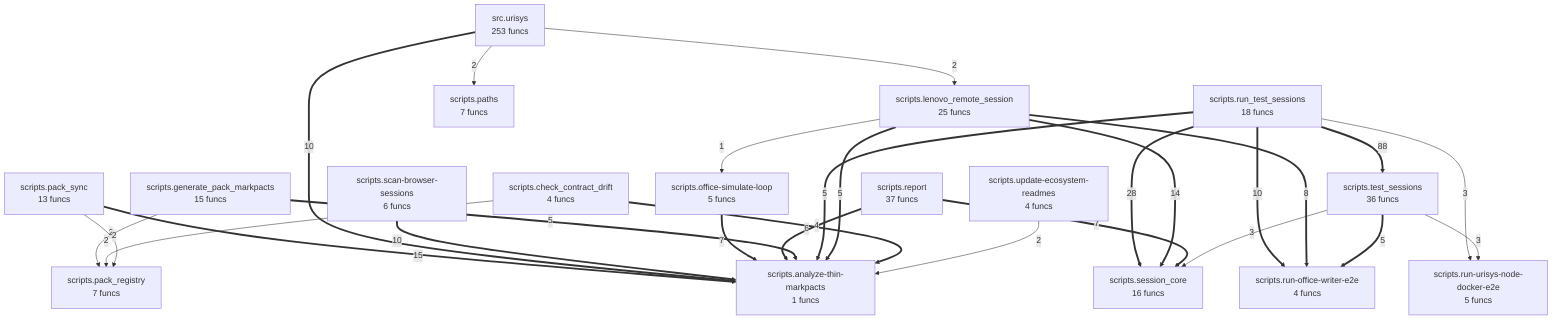
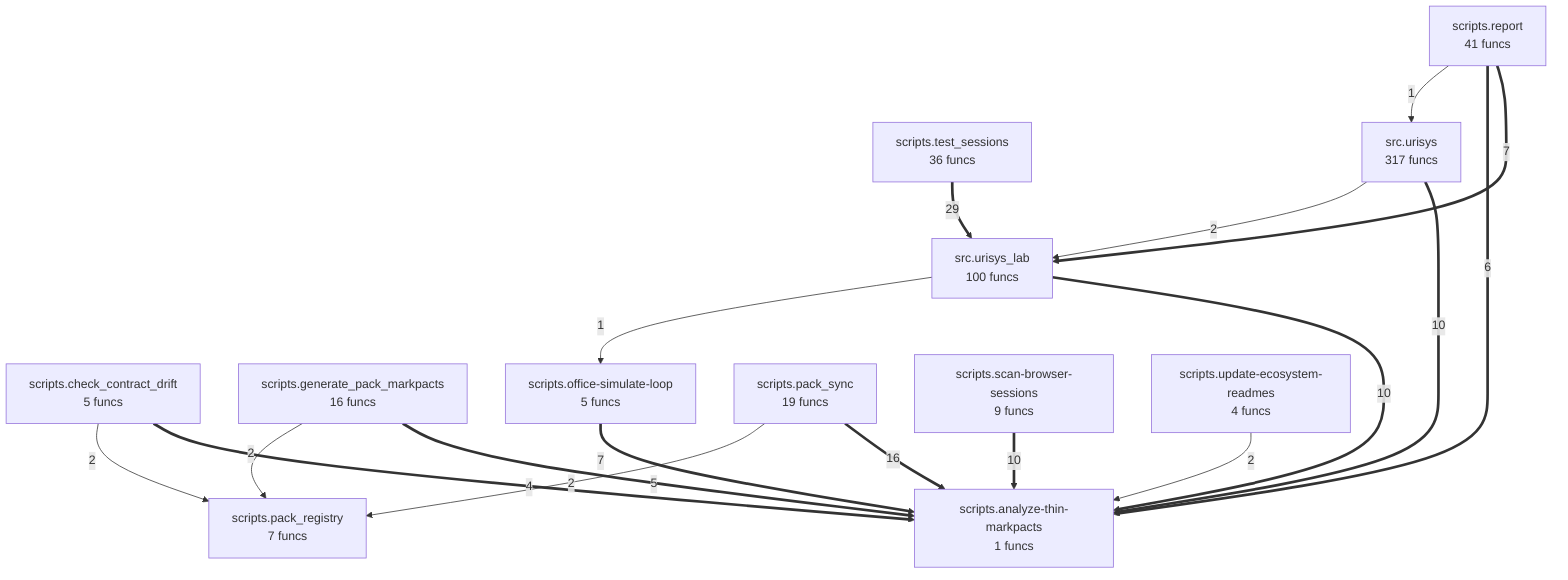
flowchart TD
- %% generated in 0.02s
+ %% generated in 0.01s
    scripts__analyze_thin_markpacts["scripts.analyze-thin-markpacts<br/>1 funcs"]
-     scripts__check_contract_drift["scripts.check_contract_drift<br/>4 funcs"]
-     scripts__generate_pack_markpacts["scripts.generate_pack_markpacts<br/>15 funcs"]
-     scripts__lenovo_remote_session["scripts.lenovo_remote_session<br/>25 funcs"]
+     scripts__check_contract_drift["scripts.check_contract_drift<br/>5 funcs"]
+     scripts__generate_pack_markpacts["scripts.generate_pack_markpacts<br/>16 funcs"]
    scripts__office_simulate_loop["scripts.office-simulate-loop<br/>5 funcs"]
    scripts__pack_registry["scripts.pack_registry<br/>7 funcs"]
-     scripts__pack_sync["scripts.pack_sync<br/>13 funcs"]
-     scripts__paths["scripts.paths<br/>7 funcs"]
-     scripts__report["scripts.report<br/>37 funcs"]
-     scripts__run_office_writer_e2e["scripts.run-office-writer-e2e<br/>4 funcs"]
-     scripts__run_urisys_node_docker_e2e["scripts.run-urisys-node-docker-e2e<br/>5 funcs"]
-     scripts__run_test_sessions["scripts.run_test_sessions<br/>18 funcs"]
-     scripts__scan_browser_sessions["scripts.scan-browser-sessions<br/>6 funcs"]
-     scripts__session_core["scripts.session_core<br/>16 funcs"]
+     scripts__pack_sync["scripts.pack_sync<br/>19 funcs"]
+     scripts__report["scripts.report<br/>41 funcs"]
+     scripts__scan_browser_sessions["scripts.scan-browser-sessions<br/>9 funcs"]
    scripts__test_sessions["scripts.test_sessions<br/>36 funcs"]
    scripts__update_ecosystem_readmes["scripts.update-ecosystem-readmes<br/>4 funcs"]
-     src__urisys["src.urisys<br/>253 funcs"]
-     scripts__run_test_sessions ==>|88| scripts__test_sessions
-     scripts__run_test_sessions ==>|28| scripts__session_core
-     scripts__pack_sync ==>|15| scripts__analyze_thin_markpacts
-     scripts__lenovo_remote_session ==>|14| scripts__session_core
+     src__urisys["src.urisys<br/>317 funcs"]
+     src__urisys_lab["src.urisys_lab<br/>100 funcs"]
+     scripts__test_sessions ==>|29| src__urisys_lab
+     scripts__pack_sync ==>|16| scripts__analyze_thin_markpacts
    src__urisys ==>|10| scripts__analyze_thin_markpacts
+     src__urisys_lab ==>|10| scripts__analyze_thin_markpacts
    scripts__scan_browser_sessions ==>|10| scripts__analyze_thin_markpacts
-     scripts__run_test_sessions ==>|10| scripts__run_office_writer_e2e
-     scripts__lenovo_remote_session ==>|8| scripts__run_office_writer_e2e
    scripts__office_simulate_loop ==>|7| scripts__analyze_thin_markpacts
-     scripts__report ==>|7| scripts__session_core
+     scripts__report ==>|7| src__urisys_lab
    scripts__report ==>|6| scripts__analyze_thin_markpacts
    scripts__generate_pack_markpacts ==>|5| scripts__analyze_thin_markpacts
-     scripts__run_test_sessions ==>|5| scripts__analyze_thin_markpacts
-     scripts__lenovo_remote_session ==>|5| scripts__analyze_thin_markpacts
-     scripts__test_sessions ==>|5| scripts__run_office_writer_e2e
    scripts__check_contract_drift ==>|4| scripts__analyze_thin_markpacts
-     scripts__run_test_sessions -->|3| scripts__run_urisys_node_docker_e2e
-     scripts__test_sessions -->|3| scripts__run_urisys_node_docker_e2e
-     scripts__test_sessions -->|3| scripts__session_core
-     src__urisys -->|2| scripts__lenovo_remote_session
+     src__urisys -->|2| src__urisys_lab
    scripts__generate_pack_markpacts -->|2| scripts__pack_registry
-     scripts__check_contract_drift -->|2| scripts__pack_registry
    scripts__update_ecosystem_readmes -->|2| scripts__analyze_thin_markpacts
    scripts__pack_sync -->|2| scripts__pack_registry
-     src__urisys -->|2| scripts__paths
-     scripts__lenovo_remote_session -->|1| scripts__office_simulate_loop
+     scripts__check_contract_drift -->|2| scripts__pack_registry
+     src__urisys_lab -->|1| scripts__office_simulate_loop
+     scripts__report -->|1| src__urisys
